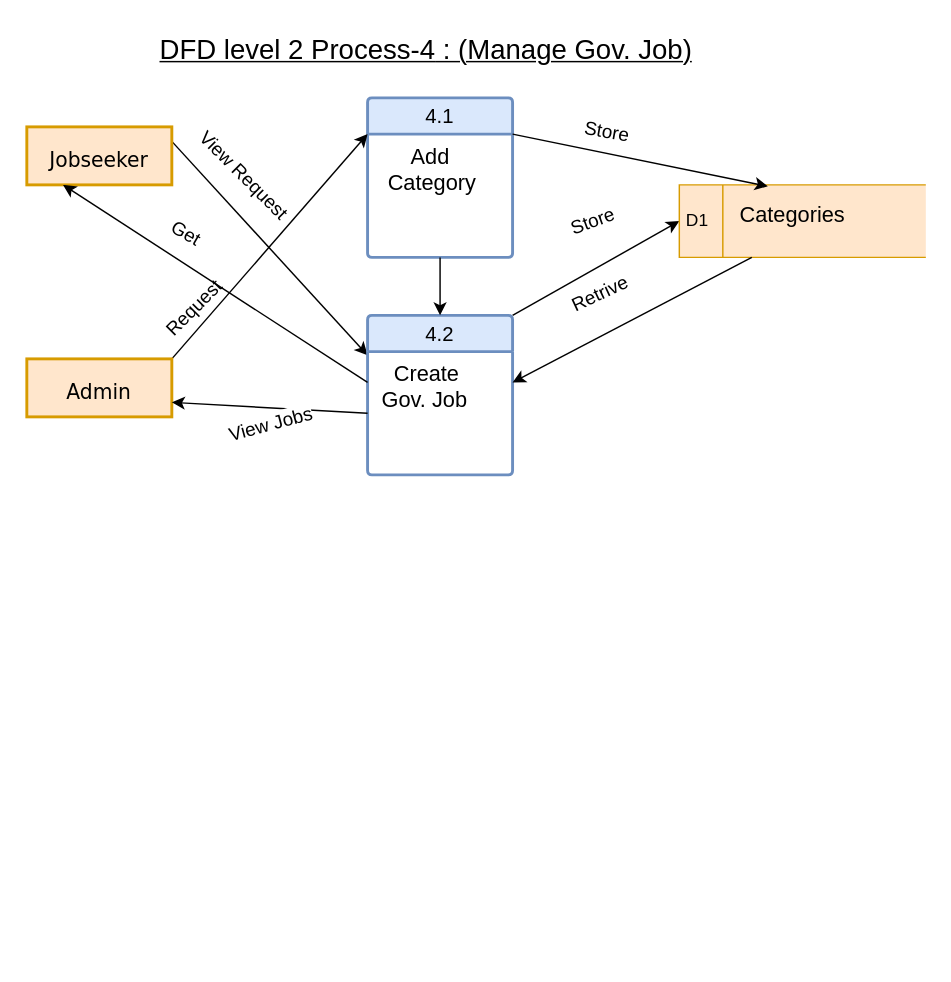
Above: page "Page-9" (9 of 10) of public/uploads/Untitled Diagram.drawio in musaddak7/jobportalbd (draw.io), before the change. Source tidied: cells renumbered, new cells numbered last; positions are measured from the earlier drawing's top-left corner, leaving out a move shared by most shapes. Both pictures are drawn from the tidied source at 145%, with x=0, y=0 at pixel (26, 25).
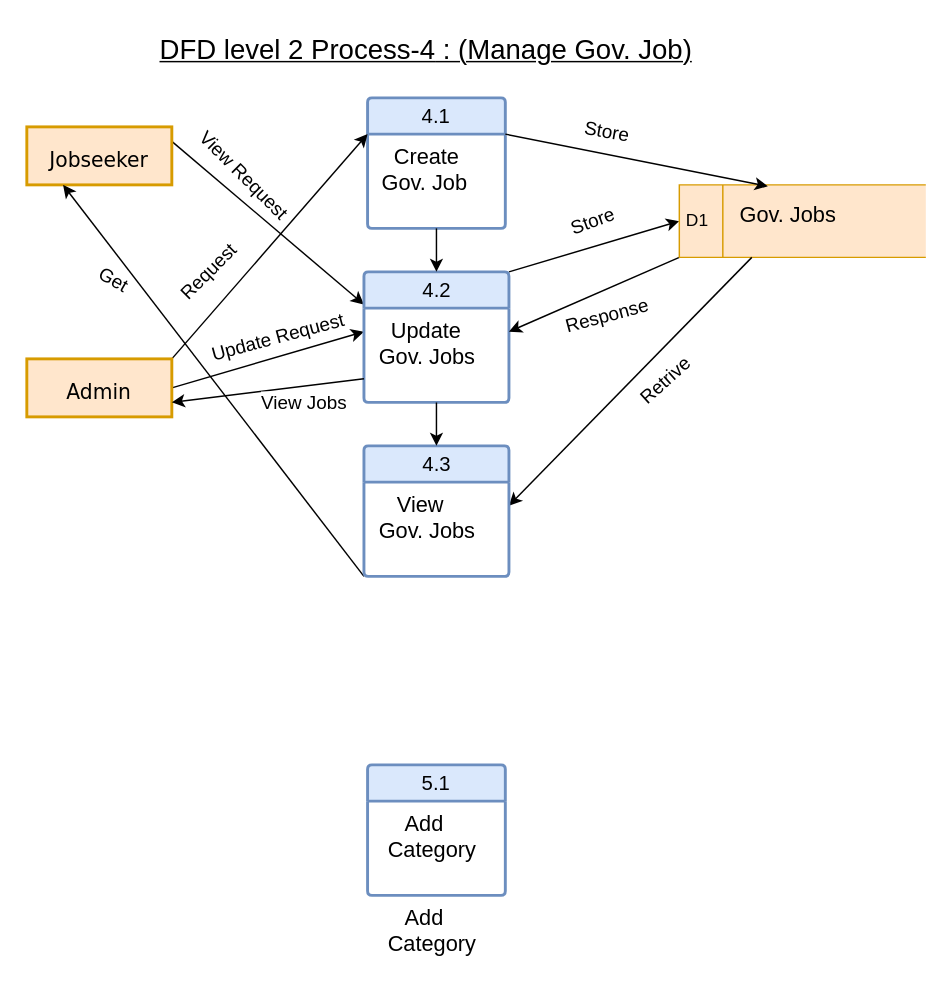
Above is the later version.

The change refers to these unchanged cells:
```xml
<mxCell id="5" value="&lt;font face=&quot;Verdana&quot; style=&quot;font-size: 14px;&quot;&gt;Jobseeker&lt;/font&gt;" style="whiteSpace=wrap;html=1;align=center;labelBackgroundColor=none;labelBorderColor=none;fontSize=14;spacing=20;spacingTop=6;strokeWidth=2;fillColor=#ffe6cc;strokeColor=#d79b00;" parent="1" vertex="1">
  <mxGeometry y="70" width="100" height="40" as="geometry" />
</mxCell>
<mxCell id="7" value="&lt;font face=&quot;Verdana&quot;&gt;Admin&lt;/font&gt;" style="whiteSpace=wrap;html=1;align=center;labelBackgroundColor=none;labelBorderColor=none;fontSize=14;spacing=20;spacingTop=6;strokeWidth=2;fillColor=#ffe6cc;strokeColor=#d79b00;" parent="1" vertex="1">
  <mxGeometry y="230" width="100" height="40" as="geometry" />
</mxCell>
<mxCell id="12" value="D1" style="html=1;dashed=0;whiteSpace=wrap;shape=mxgraph.dfd.dataStoreID;align=left;spacingLeft=3;points=[[0,0],[0.5,0],[1,0],[0,0.5],[1,0.5],[0,1],[0.5,1],[1,1]];fillColor=#ffe6cc;strokeColor=#d79b00;" parent="1" vertex="1">
  <mxGeometry x="450" y="110" width="170" height="50" as="geometry" />
</mxCell>
```

The edit, as a diff of the source:
```diff
@@
     <mxCell id="2" value="4.1" style="swimlane;horizontal=1;startSize=25;rounded=1;fontSize=14;fontStyle=0;strokeWidth=2;shadow=0;dashed=0;align=center;arcSize=4;whiteSpace=wrap;html=1;fillColor=#dae8fc;strokeColor=#6c8ebf;" parent="1" vertex="1">
-      <mxGeometry x="235" y="50" width="100" height="110" as="geometry" />
+      <mxGeometry x="235" y="50" width="95" height="90" as="geometry" />
     </mxCell>
-    <mxCell id="3" value="&lt;div&gt;&lt;font style=&quot;font-size: 15px;&quot;&gt;&amp;nbsp;&amp;nbsp;&amp;nbsp;&amp;nbsp;&amp;nbsp; Add&amp;nbsp;&amp;nbsp;&lt;/font&gt;&lt;/div&gt;&lt;div&gt;&lt;font style=&quot;font-size: 15px;&quot;&gt;&amp;nbsp; Category&lt;/font&gt;&lt;/div&gt;" style="align=left;strokeColor=none;fillColor=none;spacingLeft=4;fontSize=12;verticalAlign=top;html=1;" parent="2" vertex="1">
-      <mxGeometry y="25" width="100" height="85" as="geometry" />
+    <mxCell id="3" value="&lt;div&gt;&lt;font style=&quot;font-size: 15px;&quot;&gt;&amp;nbsp;&amp;nbsp; Create&amp;nbsp;&lt;/font&gt;&lt;div&gt;&lt;font style=&quot;font-size: 15px;&quot;&gt;&amp;nbsp;Gov. Job&lt;/font&gt;&lt;/div&gt;&lt;font style=&quot;font-size: 15px;&quot;&gt;&lt;/font&gt;&lt;/div&gt;" style="align=left;strokeColor=none;fillColor=none;spacingLeft=4;fontSize=12;verticalAlign=top;html=1;" parent="2" vertex="1">
+      <mxGeometry y="25" width="95" height="65" as="geometry" />
     </mxCell>
@@
+    <mxCell id="26" style="rounded=0;jettySize=auto;html=1;exitX=1;exitY=0.5;exitDx=0;exitDy=0;entryX=0;entryY=0.25;entryDx=0;entryDy=0;" parent="1" edge="1" source="7" target="10">
+      <mxGeometry relative="1" as="geometry" />
+    </mxCell>
@@
     <mxCell id="9" value="4.2" style="swimlane;horizontal=1;startSize=25;rounded=1;fontSize=14;fontStyle=0;strokeWidth=2;shadow=0;dashed=0;align=center;arcSize=4;whiteSpace=wrap;html=1;fillColor=#dae8fc;strokeColor=#6c8ebf;" parent="1" vertex="1">
-      <mxGeometry x="235" y="200" width="100" height="110" as="geometry" />
+      <mxGeometry x="232.5" y="170" width="100" height="90" as="geometry" />
     </mxCell>
-    <mxCell id="10" value="&lt;div&gt;&lt;font style=&quot;font-size: 15px;&quot;&gt;&amp;nbsp;&amp;nbsp; Create&amp;nbsp;&lt;/font&gt;&lt;/div&gt;&lt;div&gt;&lt;font style=&quot;font-size: 15px;&quot;&gt;&amp;nbsp;Gov. Job&lt;/font&gt;&lt;/div&gt;" style="align=left;strokeColor=none;fillColor=none;spacingLeft=4;fontSize=12;verticalAlign=top;html=1;" parent="9" vertex="1">
-      <mxGeometry y="25" width="100" height="85" as="geometry" />
+    <mxCell id="10" value="&lt;div style=&quot;font-size: 15px;&quot;&gt;&lt;font style=&quot;font-size: 15px;&quot;&gt;&amp;nbsp;&amp;nbsp; Update&amp;nbsp;&lt;/font&gt;&lt;/div&gt;&lt;div style=&quot;font-size: 15px;&quot;&gt;&lt;font style=&quot;font-size: 15px;&quot;&gt;&amp;nbsp;Gov. Jobs&lt;/font&gt;&lt;/div&gt;" style="align=left;strokeColor=none;fillColor=none;spacingLeft=4;fontSize=12;verticalAlign=top;html=1;" parent="9" vertex="1">
+      <mxGeometry y="25" width="100" height="65" as="geometry" />
     </mxCell>
     <mxCell id="11" value="&lt;font style=&quot;font-size: 13px;&quot;&gt;Request&lt;/font&gt;" style="text;html=1;align=center;verticalAlign=middle;strokeColor=none;fillColor=none;rotation=-45;" parent="1" vertex="1">
-      <mxGeometry x="80" y="180" width="70" height="30" as="geometry" />
+      <mxGeometry x="90" y="155" width="70" height="30" as="geometry" />
     </mxCell>
+    <mxCell id="27" style="rounded=0;jettySize=auto;html=1;exitX=0;exitY=1;exitDx=0;exitDy=0;entryX=1;entryY=0.25;entryDx=0;entryDy=0;" parent="1" edge="1" source="12" target="10">
+      <mxGeometry relative="1" as="geometry" />
+    </mxCell>
+    <mxCell id="28" value="&lt;font style=&quot;font-size: 13px;&quot;&gt;Response&lt;/font&gt;" style="edgeLabel;html=1;align=center;verticalAlign=middle;rotation=-15;" parent="27" vertex="1">
+      <mxGeometry x="0.07" y="7" relative="1" as="geometry">
+        <mxPoint x="10" y="6" as="offset" />
+      </mxGeometry>
+    </mxCell>
@@
-    <mxCell id="13" style="rounded=0;jettySize=auto;html=1;entryX=1;entryY=0.25;entryDx=0;entryDy=0;" parent="1" edge="1" target="10">
+    <mxCell id="13" style="rounded=0;jettySize=auto;html=1;entryX=1;entryY=0.25;entryDx=0;entryDy=0;" parent="1" edge="1" target="30">
       <mxGeometry relative="1" as="geometry">
         <mxPoint x="500" y="160" as="sourcePoint" />
       </mxGeometry>
     </mxCell>
-    <mxCell id="14" value="&lt;font style=&quot;font-size: 15px;&quot;&gt;Categories&lt;/font&gt;" style="text;whiteSpace=wrap;html=1;" parent="1" vertex="1">
+    <mxCell id="14" value="&lt;font style=&quot;font-size: 15px;&quot;&gt;Gov. Jobs&lt;br&gt;&lt;/font&gt;" style="text;whiteSpace=wrap;html=1;" parent="1" vertex="1">
       <mxGeometry x="490" y="115" width="110" height="40" as="geometry" />
     </mxCell>
@@
-    <mxCell id="17" value="&lt;font style=&quot;font-size: 13px;&quot;&gt;Retrive&lt;br&gt;&lt;/font&gt;" style="text;html=1;align=center;verticalAlign=middle;strokeColor=none;fillColor=none;rotation=-25;" parent="1" vertex="1">
-      <mxGeometry x="365" y="170" width="60" height="30" as="geometry" />
+    <mxCell id="17" value="&lt;font style=&quot;font-size: 13px;&quot;&gt;Retrive&lt;br&gt;&lt;/font&gt;" style="text;html=1;align=center;verticalAlign=middle;strokeColor=none;fillColor=none;rotation=-42;" parent="1" vertex="1">
+      <mxGeometry x="410" y="230" width="60" height="30" as="geometry" />
     </mxCell>
-    <mxCell id="18" style="rounded=0;jettySize=auto;html=1;exitX=0;exitY=0.5;exitDx=0;exitDy=0;entryX=1;entryY=0.75;entryDx=0;entryDy=0;" parent="1" edge="1" source="10" target="7">
+    <mxCell id="18" style="rounded=0;jettySize=auto;html=1;exitX=0;exitY=0.75;exitDx=0;exitDy=0;entryX=1;entryY=0.75;entryDx=0;entryDy=0;" parent="1" edge="1" source="10" target="7">
       <mxGeometry relative="1" as="geometry" />
     </mxCell>
-    <mxCell id="19" value="&lt;font style=&quot;font-size: 13px;&quot;&gt;View Jobs&lt;br&gt;&lt;/font&gt;" style="edgeLabel;html=1;align=center;verticalAlign=middle;rotation=-15;" parent="18" vertex="1">
+    <mxCell id="19" value="&lt;font style=&quot;font-size: 13px;&quot;&gt;View Jobs&lt;br&gt;&lt;/font&gt;" style="edgeLabel;html=1;align=center;verticalAlign=middle;rotation=0;" parent="18" vertex="1">
       <mxGeometry y="2" relative="1" as="geometry">
-        <mxPoint y="9" as="offset" />
+        <mxPoint x="24" y="6" as="offset" />
       </mxGeometry>
     </mxCell>
@@
-    <mxCell id="21" style="rounded=0;jettySize=auto;html=1;exitX=0;exitY=0.25;exitDx=0;exitDy=0;entryX=0.25;entryY=1;entryDx=0;entryDy=0;" parent="1" edge="1" source="10" target="5">
+    <mxCell id="21" style="rounded=0;jettySize=auto;html=1;exitX=0;exitY=1;exitDx=0;exitDy=0;entryX=0.25;entryY=1;entryDx=0;entryDy=0;" parent="1" edge="1" source="29" target="5">
       <mxGeometry relative="1" as="geometry" />
     </mxCell>
     <mxCell id="22" value="&lt;font style=&quot;font-size: 13px;&quot;&gt;Get&lt;/font&gt;" style="text;html=1;align=center;verticalAlign=middle;strokeColor=none;fillColor=none;rotation=30;" parent="1" vertex="1">
-      <mxGeometry x="90" y="128" width="40" height="30" as="geometry" />
+      <mxGeometry x="40" y="160" width="40" height="30" as="geometry" />
     </mxCell>
@@
-    <mxCell id="24" style="edgeStyle=orthogonalEdgeStyle;rounded=0;jettySize=auto;html=1;exitX=0.5;exitY=1;exitDx=0;exitDy=0;entryX=0.5;entryY=0;entryDx=0;entryDy=0;" parent="1" edge="1" source="3" target="9">
+    <mxCell id="24" style="rounded=0;jettySize=auto;html=1;exitX=0.5;exitY=1;exitDx=0;exitDy=0;entryX=0.5;entryY=0;entryDx=0;entryDy=0;" parent="1" edge="1" source="3" target="9">
       <mxGeometry relative="1" as="geometry" />
     </mxCell>
@@
+    <mxCell id="29" value="4.3" style="swimlane;horizontal=1;startSize=25;rounded=1;fontSize=14;fontStyle=0;strokeWidth=2;shadow=0;dashed=0;align=center;arcSize=4;whiteSpace=wrap;html=1;fillColor=#dae8fc;strokeColor=#6c8ebf;" parent="1" vertex="1">
+      <mxGeometry x="232.5" y="290" width="100" height="90" as="geometry" />
+    </mxCell>
+    <mxCell id="30" value="&lt;div style=&quot;font-size: 15px;&quot;&gt;&lt;font style=&quot;font-size: 15px;&quot;&gt;&amp;nbsp;&amp;nbsp;&amp;nbsp; View&lt;/font&gt;&lt;/div&gt;&lt;div style=&quot;font-size: 15px;&quot;&gt;&lt;font style=&quot;font-size: 15px;&quot;&gt;&amp;nbsp;Gov. Jobs&lt;/font&gt;&lt;/div&gt;" style="align=left;strokeColor=none;fillColor=none;spacingLeft=4;fontSize=12;verticalAlign=top;html=1;" parent="29" vertex="1">
+      <mxGeometry y="25" width="100" height="65" as="geometry" />
+    </mxCell>
+    <mxCell id="31" style="edgeStyle=orthogonalEdgeStyle;rounded=0;jettySize=auto;html=1;exitX=0.5;exitY=1;exitDx=0;exitDy=0;" parent="1" edge="1" source="10" target="29">
+      <mxGeometry relative="1" as="geometry" />
+    </mxCell>
+    <mxCell id="32" value="&lt;font style=&quot;font-size: 13px;&quot;&gt;Update Request&lt;/font&gt;" style="text;html=1;align=center;verticalAlign=middle;strokeColor=none;fillColor=none;rotation=-15;" parent="1" vertex="1">
+      <mxGeometry x="112.5" y="200" width="120" height="30" as="geometry" />
+    </mxCell>
+    <mxCell id="33" value="5.1" style="swimlane;horizontal=1;startSize=25;rounded=1;fontSize=14;fontStyle=0;strokeWidth=2;shadow=0;dashed=0;align=center;arcSize=4;whiteSpace=wrap;html=1;fillColor=#dae8fc;strokeColor=#6c8ebf;" parent="1" vertex="1">
+      <mxGeometry x="235" y="510" width="95" height="90" as="geometry" />
+    </mxCell>
+    <mxCell id="34" value="&lt;div&gt;&lt;font style=&quot;font-size: 15px;&quot;&gt;&amp;nbsp;&amp;nbsp;&amp;nbsp;&amp;nbsp; Add&amp;nbsp;&lt;/font&gt;&lt;/div&gt;&lt;div&gt;&lt;font style=&quot;font-size: 15px;&quot;&gt;&amp;nbsp; Category&lt;/font&gt;&lt;/div&gt;" style="align=left;strokeColor=none;fillColor=none;spacingLeft=4;fontSize=12;verticalAlign=top;html=1;" parent="33" vertex="1">
+      <mxGeometry y="25" width="95" height="65" as="geometry" />
+    </mxCell>
+    <mxCell id="35" value="&lt;div&gt;&lt;font style=&quot;font-size: 15px;&quot;&gt;&amp;nbsp;&amp;nbsp;&amp;nbsp;&amp;nbsp; Add&amp;nbsp;&lt;/font&gt;&lt;/div&gt;&lt;div&gt;&lt;font style=&quot;font-size: 15px;&quot;&gt;&amp;nbsp; Category&lt;/font&gt;&lt;/div&gt;" style="align=left;strokeColor=none;fillColor=none;spacingLeft=4;fontSize=12;verticalAlign=top;html=1;" parent="33" vertex="1">
+      <mxGeometry y="90" width="95" as="geometry" />
+    </mxCell>
```
